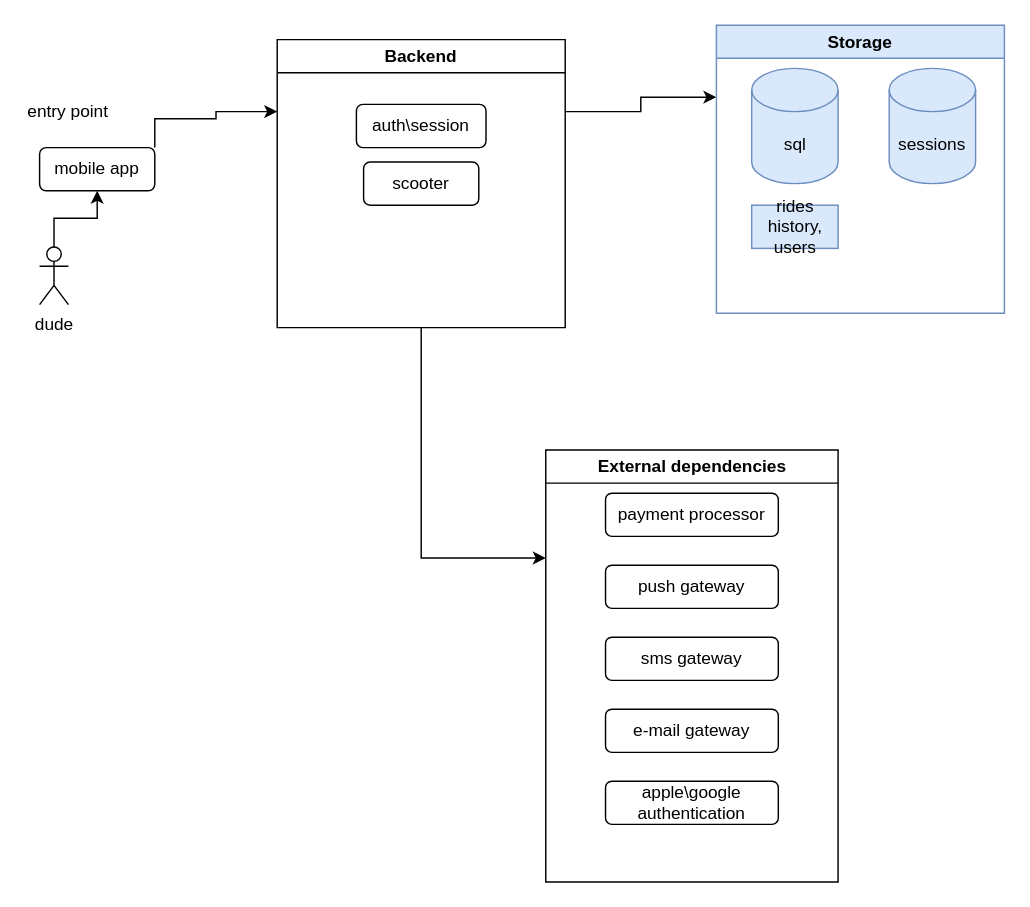
Above: e-scooter[arch].drawio in integer00/diagrams (draw.io), before the change. Source tidied: cells renumbered, new cells numbered last; positions are measured from the earlier drawing's top-left corner, leaving out a move shared by most shapes. Both pictures are drawn from the tidied source at 144%, with x=0, y=0 at pixel (24, 24).
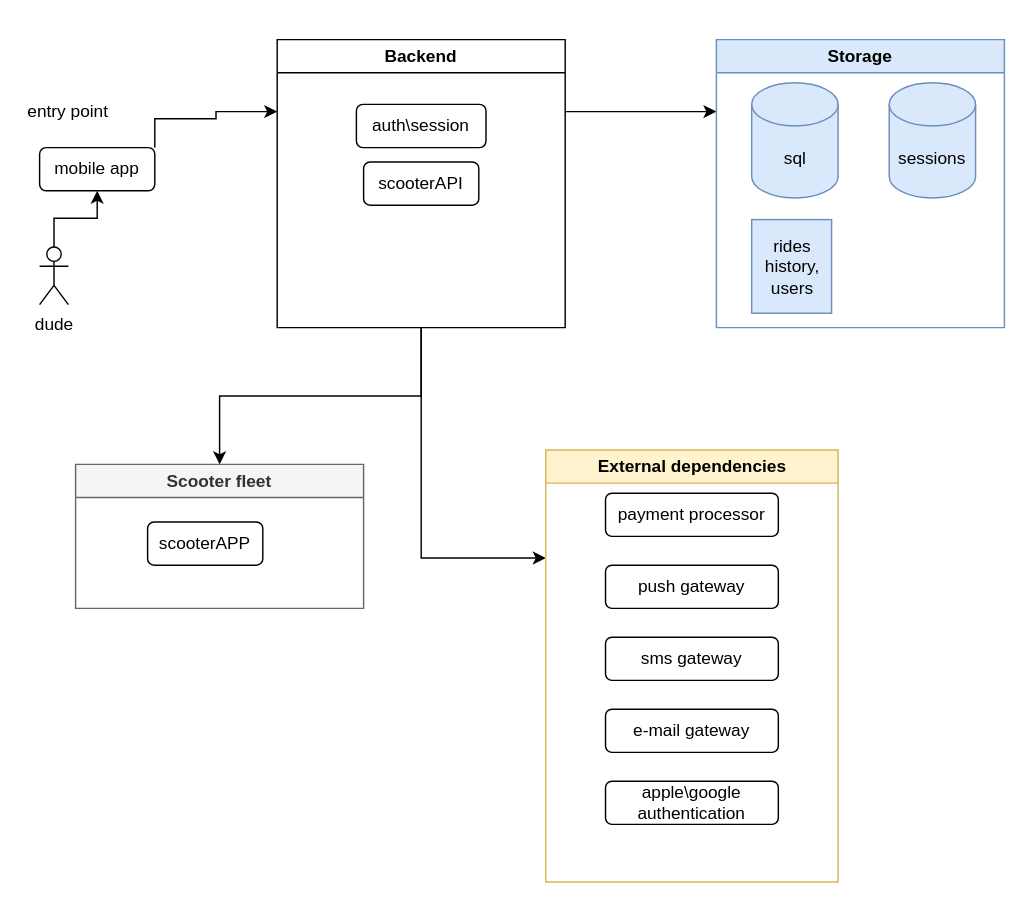
The same diagram, later.

Unchanged cells that the change refers to:
```xml
<mxCell id="14" value="Backend" style="swimlane;whiteSpace=wrap;html=1;" parent="1" vertex="1">
  <mxGeometry x="175" y="10" width="200" height="200" as="geometry" />
</mxCell>
```

Change to the diagram source:
```diff
@@
-    <mxCell id="7" value="scooter" style="rounded=1;whiteSpace=wrap;html=1;" parent="1" vertex="1">
+    <mxCell id="7" value="scooterAPI" style="rounded=1;whiteSpace=wrap;html=1;" parent="1" vertex="1">
       <mxGeometry x="235" y="95" width="80" height="30" as="geometry" />
     </mxCell>
@@
+    <mxCell id="22" style="edgeStyle=orthogonalEdgeStyle;rounded=0;jettySize=auto;html=1;" parent="1" edge="1" source="14" target="23">
+      <mxGeometry relative="1" as="geometry" />
+    </mxCell>
@@
-    <mxCell id="15" value="External dependencies" style="swimlane;whiteSpace=wrap;html=1;" parent="1" vertex="1">
+    <mxCell id="15" value="External dependencies" style="swimlane;whiteSpace=wrap;html=1;fillColor=#fff2cc;strokeColor=#d6b656;" parent="1" vertex="1">
       <mxGeometry x="361.5" y="295" width="203" height="300" as="geometry" />
     </mxCell>
@@
     <mxCell id="18" value="Storage" style="swimlane;whiteSpace=wrap;html=1;fillColor=#dae8fc;strokeColor=#6c8ebf;" parent="1" vertex="1">
-      <mxGeometry x="480" width="200" height="200" as="geometry" />
+      <mxGeometry x="480" y="10" width="200" height="200" as="geometry" />
     </mxCell>
@@
     <mxCell id="20" value="rides history, users" style="text;html=1;strokeColor=#6c8ebf;fillColor=#dae8fc;align=center;verticalAlign=middle;whiteSpace=wrap;rounded=0;" parent="18" vertex="1">
-      <mxGeometry x="24.5" y="125" width="60" height="30" as="geometry" />
+      <mxGeometry x="24.5" y="125" width="55.5" height="65" as="geometry" />
     </mxCell>
@@
+    <mxCell id="23" value="Scooter fleet" style="swimlane;whiteSpace=wrap;html=1;fillColor=#f5f5f5;fontColor=#333333;strokeColor=#666666;" parent="1" vertex="1">
+      <mxGeometry x="35" y="305" width="200" height="100" as="geometry" />
+    </mxCell>
+    <mxCell id="24" value="scooterAPP" style="rounded=1;whiteSpace=wrap;html=1;" parent="23" vertex="1">
+      <mxGeometry x="50" y="40" width="80" height="30" as="geometry" />
+    </mxCell>
```
